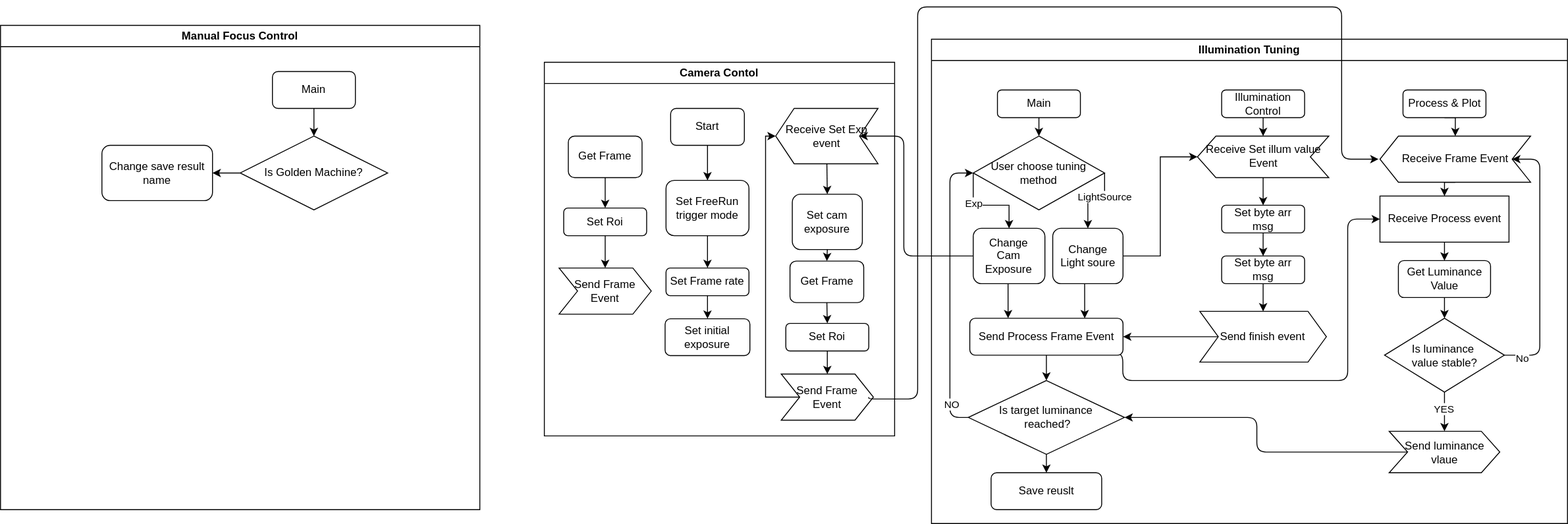
Before: VSAM1.drawio.svg, a diagram exported from draw.io (TONiiV/flowcharts). Source tidied: cells renumbered, new cells last; positions are measured from the earlier drawing's top-left corner, leaving out a move shared by most shapes.
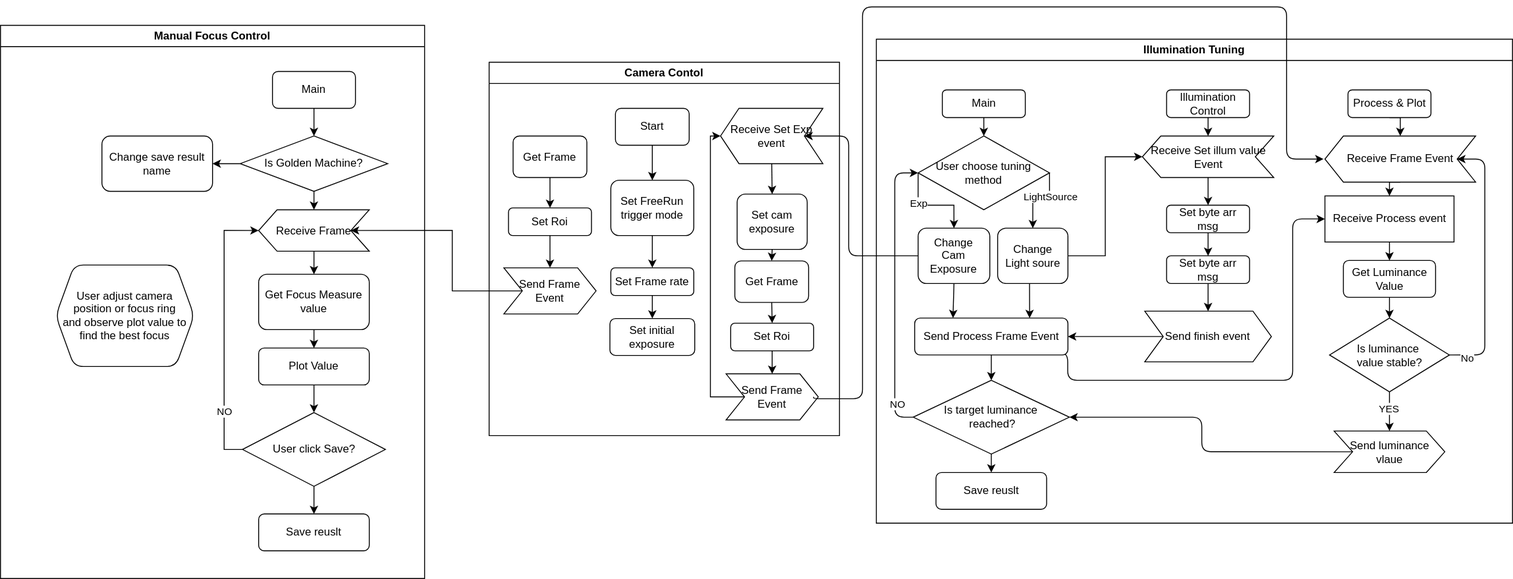
The same diagram one commit later.

What changed in the source:
```diff
@@ -271,7 +271,7 @@
       </mxGeometry>
     </mxCell>
     <mxCell id="73" value="Manual Focus Control" style="swimlane;whiteSpace=wrap;html=1;" parent="1" vertex="1">
-      <mxGeometry y="20" width="520" height="525" as="geometry" />
+      <mxGeometry x="60" y="20" width="460" height="600" as="geometry" />
     </mxCell>
     <mxCell id="74" style="edgeStyle=orthogonalEdgeStyle;rounded=0;jettySize=auto;html=1;exitX=0.5;exitY=1;exitDx=0;exitDy=0;entryX=0.5;entryY=0;entryDx=0;entryDy=0;" parent="73" edge="1" source="75" target="77">
       <mxGeometry relative="1" as="geometry" />
@@ -282,11 +282,58 @@
     <mxCell id="76" style="edgeStyle=orthogonalEdgeStyle;rounded=0;jettySize=auto;html=1;exitX=0;exitY=0.5;exitDx=0;exitDy=0;entryX=1;entryY=0.5;entryDx=0;entryDy=0;" parent="73" edge="1" source="77" target="78">
       <mxGeometry relative="1" as="geometry" />
     </mxCell>
+    <mxCell id="79" style="edgeStyle=orthogonalEdgeStyle;rounded=0;jettySize=auto;html=1;exitX=0.5;exitY=1;exitDx=0;exitDy=0;entryX=0.5;entryY=0;entryDx=0;entryDy=0;" parent="73" edge="1" source="77" target="85">
+      <mxGeometry relative="1" as="geometry" />
+    </mxCell>
     <mxCell id="77" value="Is Golden Machine?" style="rhombus;whiteSpace=wrap;html=1;" parent="73" vertex="1">
-      <mxGeometry x="260" y="120" width="160" height="80" as="geometry" />
+      <mxGeometry x="260" y="120" width="160" height="60" as="geometry" />
     </mxCell>
     <mxCell id="78" value="Change save result name" style="rounded=1;whiteSpace=wrap;html=1;" parent="73" vertex="1">
-      <mxGeometry x="110" y="130" width="120" height="60" as="geometry" />
+      <mxGeometry x="110" y="120" width="120" height="60" as="geometry" />
     </mxCell>
+    <mxCell id="80" style="edgeStyle=orthogonalEdgeStyle;rounded=0;jettySize=auto;html=1;exitX=0.5;exitY=1;exitDx=0;exitDy=0;entryX=0.5;entryY=0;entryDx=0;entryDy=0;" parent="73" edge="1" source="81" target="83">
+      <mxGeometry relative="1" as="geometry" />
+    </mxCell>
+    <mxCell id="81" value="Get Focus Measure value" style="rounded=1;whiteSpace=wrap;html=1;" parent="73" vertex="1">
+      <mxGeometry x="280" y="270" width="120" height="60" as="geometry" />
+    </mxCell>
+    <mxCell id="82" style="edgeStyle=orthogonalEdgeStyle;rounded=0;jettySize=auto;html=1;exitX=0.5;exitY=1;exitDx=0;exitDy=0;entryX=0.5;entryY=0;entryDx=0;entryDy=0;" parent="73" edge="1" source="83" target="90">
+      <mxGeometry relative="1" as="geometry" />
+    </mxCell>
+    <mxCell id="83" value="Plot Value" style="rounded=1;whiteSpace=wrap;html=1;" parent="73" vertex="1">
+      <mxGeometry x="280" y="350" width="120" height="40" as="geometry" />
+    </mxCell>
+    <mxCell id="84" style="edgeStyle=orthogonalEdgeStyle;rounded=0;jettySize=auto;html=1;exitX=0.5;exitY=1;exitDx=0;exitDy=0;entryX=0.5;entryY=0;entryDx=0;entryDy=0;" parent="73" edge="1" source="85" target="81">
+      <mxGeometry relative="1" as="geometry" />
+    </mxCell>
+    <mxCell id="85" value="Receive Frame" style="shape=step;perimeter=stepPerimeter;whiteSpace=wrap;html=1;fixedSize=1;flipH=1;" parent="73" vertex="1">
+      <mxGeometry x="280" y="200" width="120" height="45" as="geometry" />
+    </mxCell>
+    <mxCell id="86" value="User adjust camera position or focus ring&lt;div&gt;and observe plot value to find the best focus&lt;/div&gt;" style="rounded=1;whiteSpace=wrap;html=1;shape=hexagon;perimeter=hexagonPerimeter2;fixedSize=1;" parent="73" vertex="1">
+      <mxGeometry x="60" y="260" width="150" height="110" as="geometry" />
+    </mxCell>
+    <mxCell id="87" style="edgeStyle=orthogonalEdgeStyle;rounded=0;jettySize=auto;html=1;exitX=0;exitY=0.5;exitDx=0;exitDy=0;entryX=0;entryY=0.5;entryDx=0;entryDy=0;" parent="73" edge="1" source="90" target="85">
+      <mxGeometry relative="1" as="geometry" />
+    </mxCell>
+    <mxCell id="88" value="NO" style="edgeLabel;html=1;align=center;verticalAlign=middle;" parent="87" vertex="1">
+      <mxGeometry x="-0.58" relative="1" as="geometry" />
+    </mxCell>
+    <mxCell id="89" style="edgeStyle=orthogonalEdgeStyle;rounded=0;jettySize=auto;html=1;exitX=0.5;exitY=1;exitDx=0;exitDy=0;entryX=0.5;entryY=0;entryDx=0;entryDy=0;" parent="73" edge="1" source="90" target="91">
+      <mxGeometry relative="1" as="geometry" />
+    </mxCell>
+    <mxCell id="90" value="User click Save?" style="rhombus;whiteSpace=wrap;html=1;" parent="73" vertex="1">
+      <mxGeometry x="262.5" y="420" width="155" height="80" as="geometry" />
+    </mxCell>
+    <mxCell id="91" value="Save reuslt" style="rounded=1;whiteSpace=wrap;html=1;" parent="73" vertex="1">
+      <mxGeometry x="280" y="530" width="120" height="40" as="geometry" />
+    </mxCell>
+    <mxCell id="92" style="edgeStyle=orthogonalEdgeStyle;rounded=0;jettySize=auto;html=1;exitX=0;exitY=0.5;exitDx=0;exitDy=0;entryX=1;entryY=0.5;entryDx=0;entryDy=0;" parent="1" edge="1" source="69" target="85">
+      <mxGeometry relative="1" as="geometry">
+        <Array as="points">
+          <mxPoint x="550" y="308" />
+          <mxPoint x="550" y="243" />
+        </Array>
+      </mxGeometry>
+    </mxCell>
   </root>
 </mxGraphModel>
```
